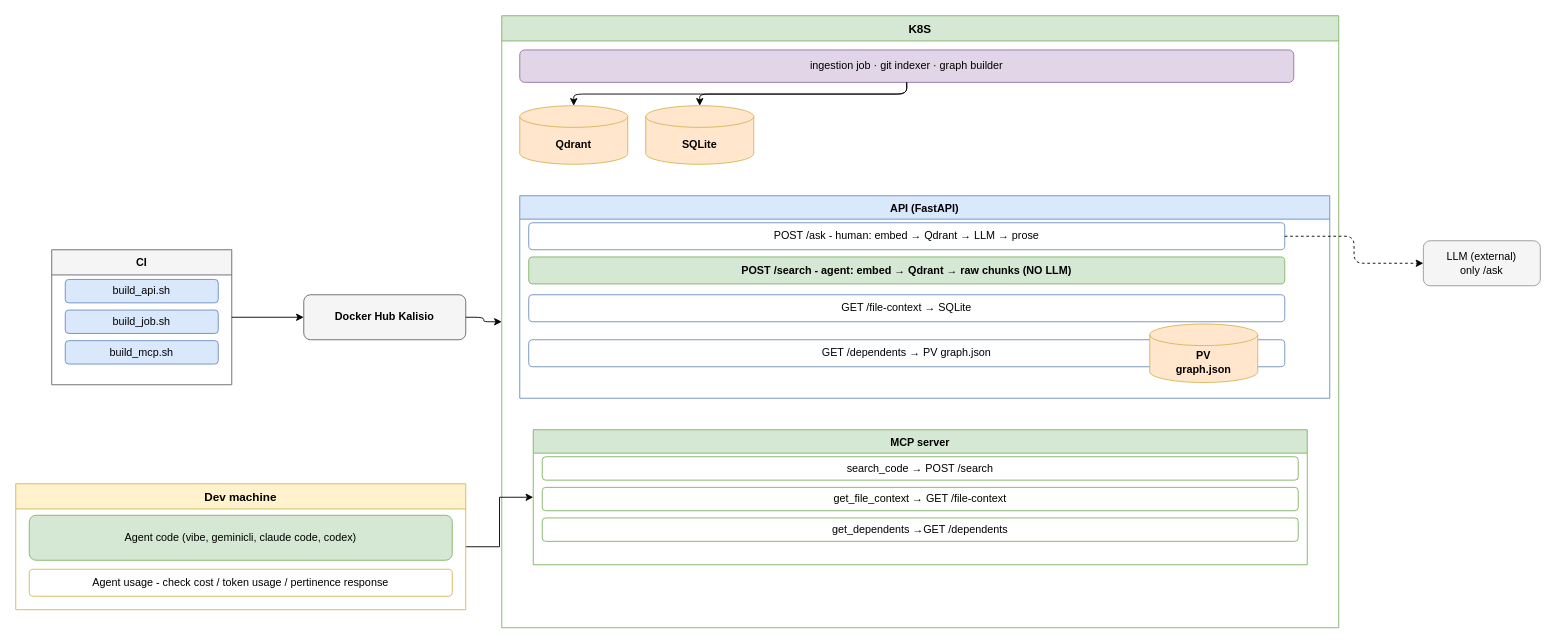
Before: page "Full Architecture" (4 of 14) of docs/public/architecture.drawio in kalisio/knowledge, a draw.io diagram. Source tidied: cells renumbered, new cells numbered last; positions are measured from the earlier drawing's top-left corner, leaving out a move shared by most shapes. Both pictures are drawn from the tidied source at 90%, with x=0, y=0 at pixel (15, 15).
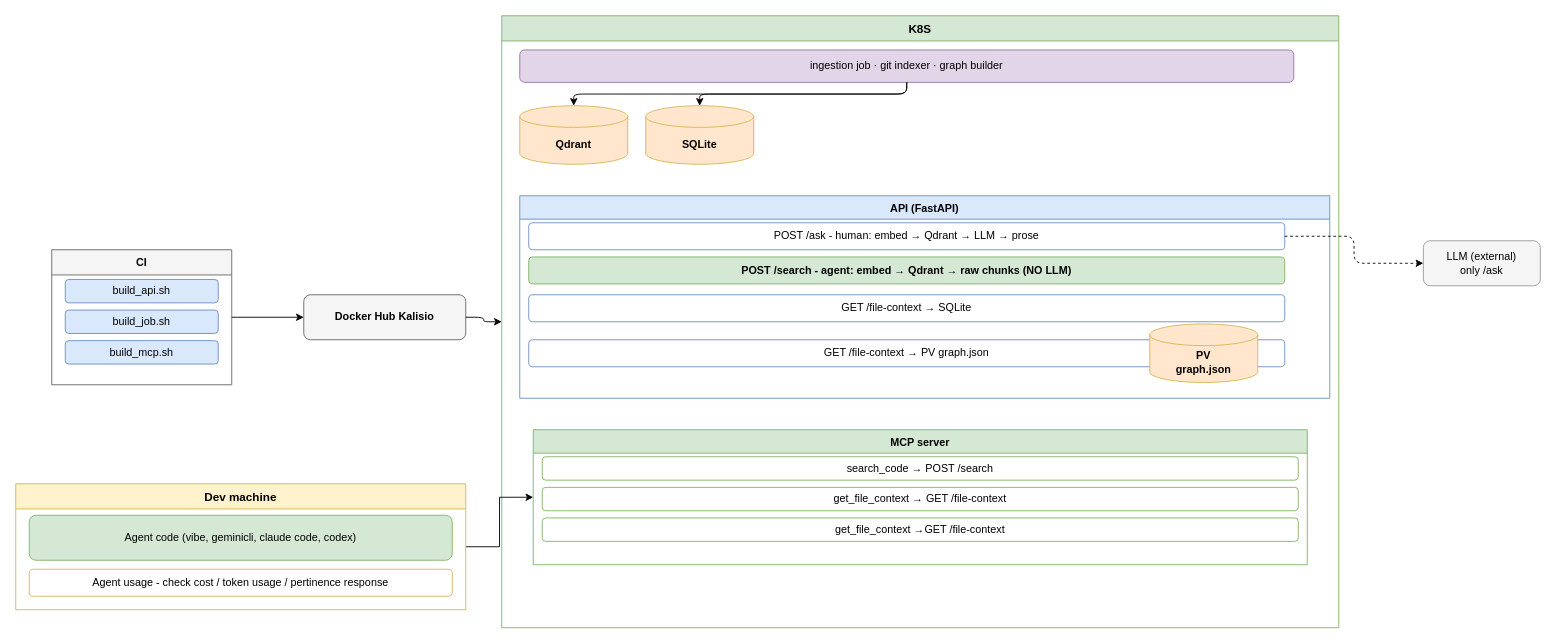
Above is the later version.

Commit message (it also covers changes not shown here):
docs: rename get_dependents to get_file_context in the diagrams #10

The change refers to these unchanged cells:
```xml
<mxCell id="11" value="API (FastAPI)" style="swimlane;startSize=26;fillColor=#dae8fc;strokeColor=#6c8ebf;fontStyle=1;" parent="7" vertex="1">
  <mxGeometry x="20" y="200" width="900" height="225" as="geometry" />
</mxCell>
<mxCell id="17" value="MCP server" style="swimlane;startSize=26;fillColor=#d5e8d4;strokeColor=#82b366;fontStyle=1;" parent="7" vertex="1">
  <mxGeometry x="35" y="460" width="860" height="150" as="geometry" />
</mxCell>
```

What changed in the source:
```diff
@@
-    <mxCell id="15" value="GET /dependents → PV graph.json" style="rounded=1;whiteSpace=wrap;html=1;fillColor=#ffffff;strokeColor=#6c8ebf;" parent="11" vertex="1">
+    <mxCell id="15" value="GET /file-context → PV graph.json" style="rounded=1;whiteSpace=wrap;html=1;fillColor=#ffffff;strokeColor=#6c8ebf;" parent="11" vertex="1">
       <mxGeometry x="10" y="160" width="840" height="30" as="geometry" />
     </mxCell>
@@
-    <mxCell id="20" value="get_dependents →GET /dependents" style="rounded=1;whiteSpace=wrap;html=1;fillColor=#ffffff;strokeColor=#82b366;" parent="17" vertex="1">
+    <mxCell id="20" value="get_file_context →GET /file-context" style="rounded=1;whiteSpace=wrap;html=1;fillColor=#ffffff;strokeColor=#82b366;" parent="17" vertex="1">
       <mxGeometry x="10" y="98" width="840" height="26" as="geometry" />
     </mxCell>
```
